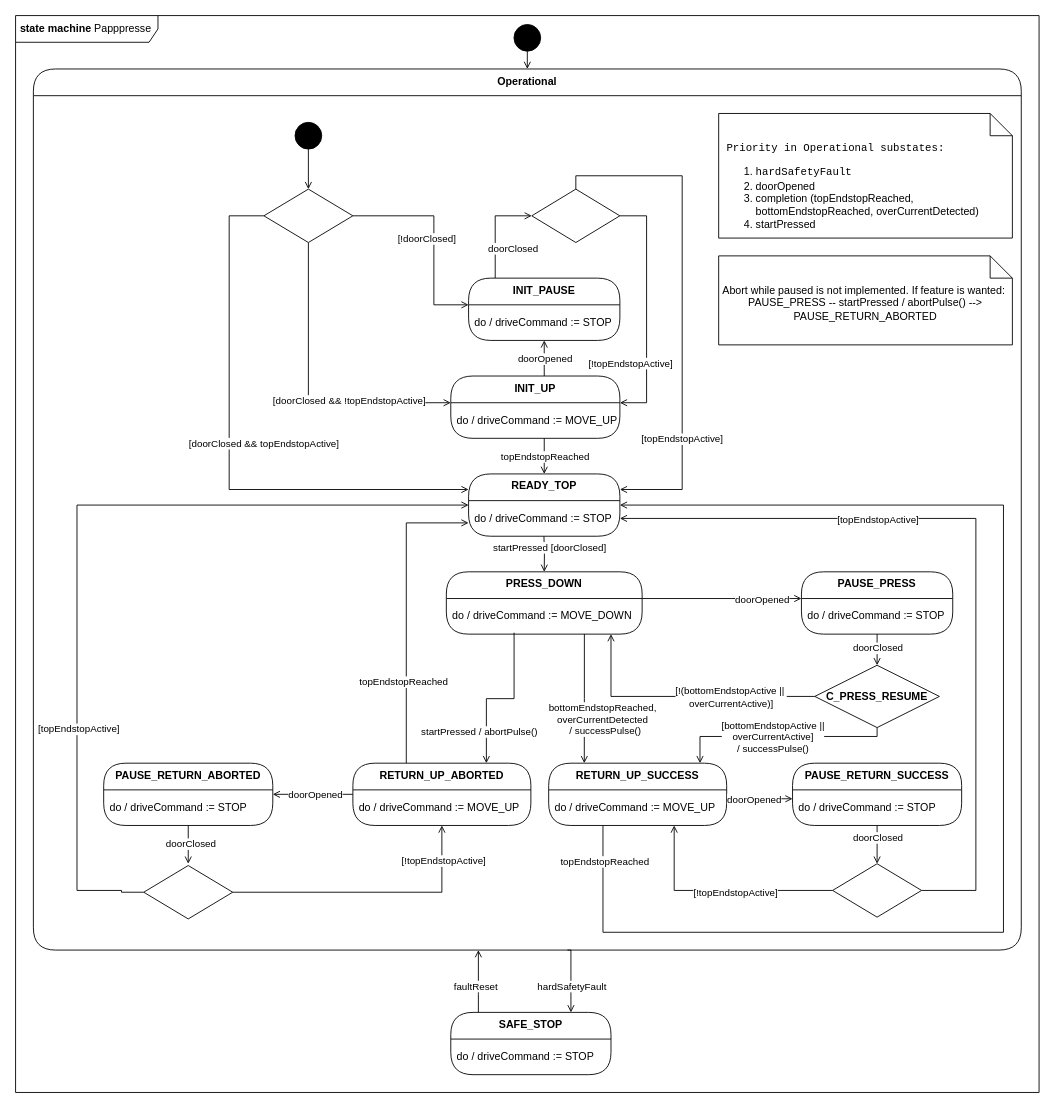
Earlier version of the draw.io diagram diagrams/state machine Papppresse.drawio (niklasdathe/Papppresse). Source tidied: cells renumbered, new cells numbered last; positions are measured from the earlier drawing's top-left corner, leaving out a move shared by most shapes. Both pictures are drawn from the tidied source at 89%, with x=0, y=0 at pixel (15, 15).
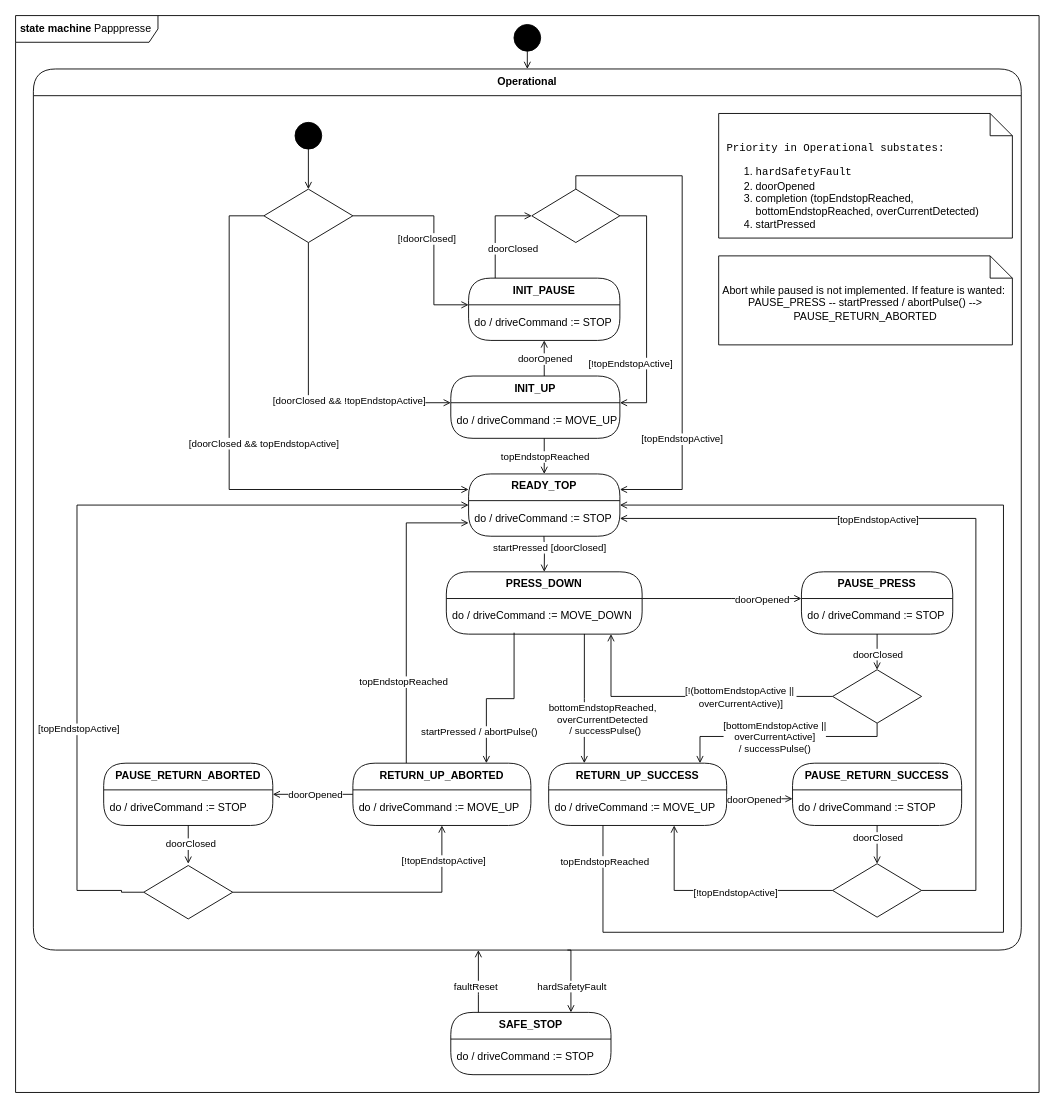
The same page after the edit.

Change to the diagram source:
```diff
@@
-    <mxCell id="84" value="C_PRESS_RESUME" style="rhombus;fontStyle=1;" parent="1" vertex="1">
-      <mxGeometry x="898" y="730" width="140" height="70" as="geometry" />
+    <mxCell id="84" style="rhombus;fontStyle=1;" parent="1" vertex="1">
+      <mxGeometry x="918" y="735" width="100" height="60" as="geometry" />
     </mxCell>
```
